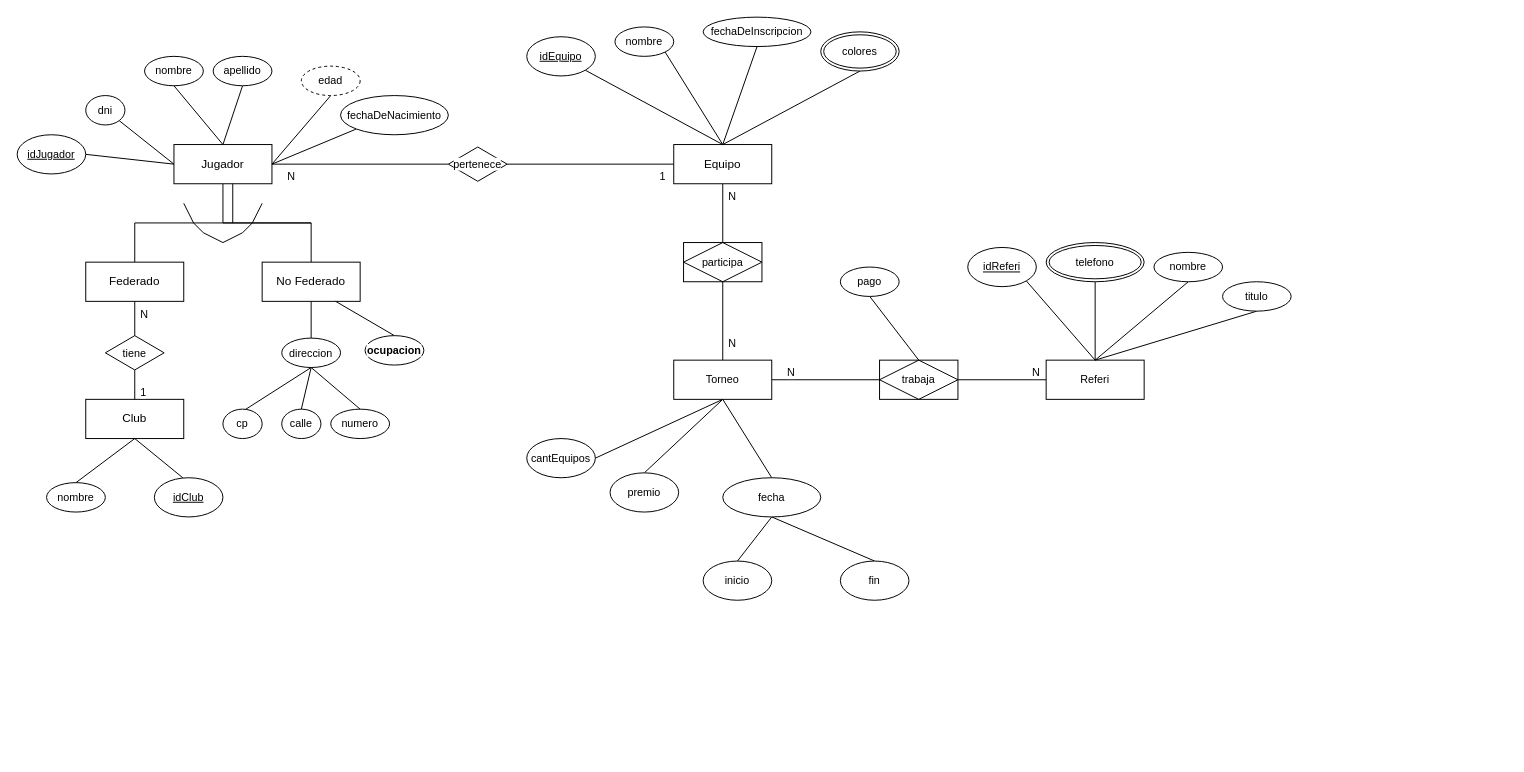
Before: BaseDeDatos/modeloparcial1.drawio in Donnie-MS/DiagramasUML-BaseDeDatos-Objetos2, a draw.io diagram. Source tidied: cells renumbered, new cells numbered last; positions are measured from the earlier drawing's top-left corner, leaving out a move shared by most shapes. Both pictures are drawn from the tidied source at 98%, with x=0, y=0 at pixel (17, 17).
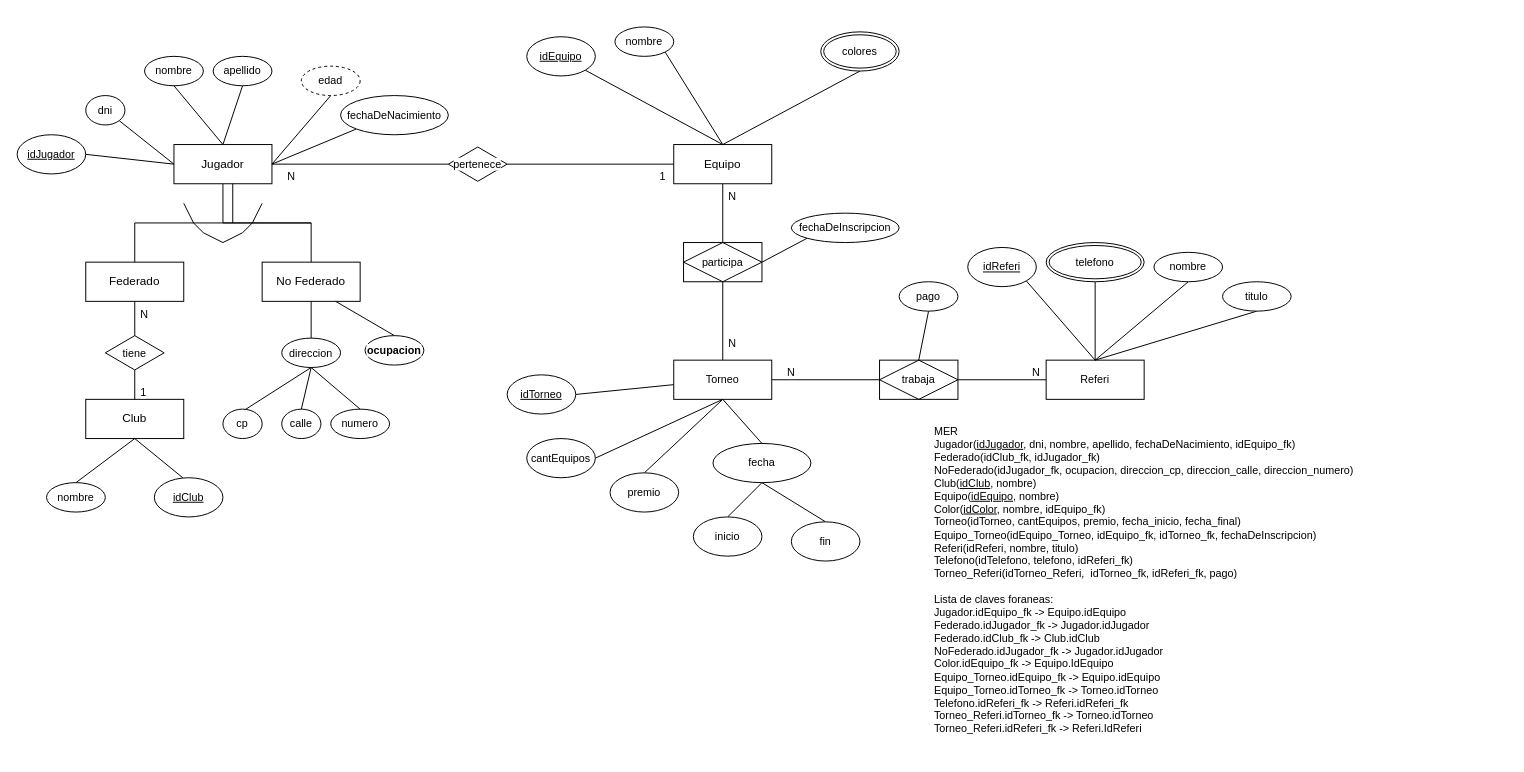
After the change.

The change refers to these unchanged cells:
```xml
<mxCell id="4" value="Jugador" style="whiteSpace=wrap;html=1;align=center;" parent="1" vertex="1">
  <mxGeometry x="160" y="130" width="100" height="40" as="geometry" />
</mxCell>
<mxCell id="15" value="apellido" style="ellipse;whiteSpace=wrap;html=1;align=center;fontFamily=Helvetica;fontSize=11;fontColor=default;labelBackgroundColor=default;" parent="1" vertex="1">
  <mxGeometry x="200" y="40" width="60" height="30" as="geometry" />
</mxCell>
<mxCell id="57" value="Torneo" style="whiteSpace=wrap;html=1;align=center;fontFamily=Helvetica;fontSize=11;fontColor=default;labelBackgroundColor=default;" parent="1" vertex="1">
  <mxGeometry x="670" y="350" width="100" height="40" as="geometry" />
</mxCell>
<mxCell id="60" value="participa" style="shape=associativeEntity;whiteSpace=wrap;html=1;align=center;fontFamily=Helvetica;fontSize=11;fontColor=default;labelBackgroundColor=default;" parent="1" vertex="1">
  <mxGeometry x="680" y="230" width="80" height="40" as="geometry" />
</mxCell>
```

What changed in the source:
```diff
@@
-    <mxCell id="14" style="edgeStyle=none;shape=connector;rounded=0;jettySize=auto;html=1;exitX=0.5;exitY=1;exitDx=0;exitDy=0;entryX=0.5;entryY=0;entryDx=0;entryDy=0;strokeColor=default;align=center;verticalAlign=middle;fontFamily=Helvetica;fontSize=11;fontColor=default;labelBackgroundColor=default;endArrow=none;" parent="1" edge="1" source="15" target="4">
-      <mxGeometry relative="1" as="geometry" />
-    </mxCell>
@@
-    <mxCell id="50" style="edgeStyle=none;shape=connector;rounded=0;jettySize=auto;html=1;exitX=0.5;exitY=1;exitDx=0;exitDy=0;strokeColor=default;align=center;verticalAlign=middle;fontFamily=Helvetica;fontSize=11;fontColor=default;labelBackgroundColor=default;endArrow=none;" parent="1" edge="1" source="51">
-      <mxGeometry relative="1" as="geometry">
-        <mxPoint x="720" y="130" as="targetPoint" />
-      </mxGeometry>
-    </mxCell>
+    <mxCell id="85" style="edgeStyle=none;shape=connector;rounded=0;jettySize=auto;html=1;exitX=0;exitY=1;exitDx=0;exitDy=0;entryX=1;entryY=0.5;entryDx=0;entryDy=0;strokeColor=default;align=center;verticalAlign=middle;fontFamily=Helvetica;fontSize=11;fontColor=default;labelBackgroundColor=default;endArrow=none;" parent="1" edge="1" source="51" target="60">
+      <mxGeometry relative="1" as="geometry" />
+    </mxCell>
     <mxCell id="51" value="fechaDeInscripcion" style="ellipse;whiteSpace=wrap;html=1;align=center;fontFamily=Helvetica;fontSize=11;fontColor=default;labelBackgroundColor=default;" parent="1" vertex="1">
-      <mxGeometry x="700" width="110" height="30" as="geometry" />
+      <mxGeometry x="790" y="200" width="110" height="30" as="geometry" />
     </mxCell>
@@
     <mxCell id="63" value="fecha" style="ellipse;whiteSpace=wrap;html=1;align=center;fontFamily=Helvetica;fontSize=11;fontColor=default;labelBackgroundColor=default;" parent="1" vertex="1">
-      <mxGeometry x="720" y="470" width="100" height="40" as="geometry" />
+      <mxGeometry x="710" y="435" width="100" height="40" as="geometry" />
     </mxCell>
@@
     <mxCell id="65" value="inicio" style="ellipse;whiteSpace=wrap;html=1;align=center;fontFamily=Helvetica;fontSize=11;fontColor=default;labelBackgroundColor=default;" parent="1" vertex="1">
-      <mxGeometry x="700" y="555" width="70" height="40" as="geometry" />
+      <mxGeometry x="690" y="510" width="70" height="40" as="geometry" />
     </mxCell>
     <mxCell id="66" value="fin" style="ellipse;whiteSpace=wrap;html=1;align=center;fontFamily=Helvetica;fontSize=11;fontColor=default;labelBackgroundColor=default;" parent="1" vertex="1">
-      <mxGeometry x="840" y="555" width="70" height="40" as="geometry" />
+      <mxGeometry x="790" y="515" width="70" height="40" as="geometry" />
     </mxCell>
@@
     <mxCell id="84" value="pago" style="ellipse;whiteSpace=wrap;html=1;align=center;fontFamily=Helvetica;fontSize=11;fontColor=default;labelBackgroundColor=default;" parent="1" vertex="1">
-      <mxGeometry x="840" y="255" width="60" height="30" as="geometry" />
+      <mxGeometry x="900" y="270" width="60" height="30" as="geometry" />
     </mxCell>
+    <mxCell id="14" style="edgeStyle=none;shape=connector;rounded=0;jettySize=auto;html=1;exitX=0.5;exitY=1;exitDx=0;exitDy=0;entryX=0.5;entryY=0;entryDx=0;entryDy=0;strokeColor=default;align=center;verticalAlign=middle;fontFamily=Helvetica;fontSize=11;fontColor=default;labelBackgroundColor=default;endArrow=none;" parent="1" edge="1" source="15" target="4">
+      <mxGeometry relative="1" as="geometry" />
+    </mxCell>
+    <mxCell id="86" value="MER&lt;div&gt;Jugador(&lt;u&gt;idJugador&lt;/u&gt;, dni, nombre, apellido, fechaDeNacimiento, idEquipo_fk)&lt;/div&gt;&lt;div&gt;Federado(idClub_fk, idJugador_fk)&lt;/div&gt;&lt;div&gt;NoFederado(idJugador_fk, ocupacion, direccion_cp, direccion_calle, direccion_numero)&lt;/div&gt;&lt;div&gt;Club(&lt;u&gt;idClub&lt;/u&gt;, nombre)&lt;/div&gt;&lt;div&gt;Equipo(&lt;u&gt;idEquipo&lt;/u&gt;, nombre)&lt;/div&gt;&lt;div&gt;Color(&lt;u&gt;idColor&lt;/u&gt;, nombre, idEquipo_fk)&lt;/div&gt;&lt;div&gt;Torneo(idTorneo, cantEquipos, premio, fecha_inicio, fecha_final)&lt;/div&gt;&lt;div&gt;Equipo_Torneo(idEquipo_Torneo, idEquipo_fk, idTorneo_fk, fechaDeInscripcion)&lt;/div&gt;&lt;div&gt;Referi(idReferi, nombre, titulo)&lt;/div&gt;&lt;div&gt;Telefono(idTelefono, telefono, idReferi_fk)&lt;/div&gt;&lt;div&gt;Torneo_Referi(idTorneo_Referi,&amp;nbsp; idTorneo_fk, idReferi_fk, pago)&lt;/div&gt;&lt;div&gt;&lt;br&gt;&lt;/div&gt;&lt;div&gt;Lista de claves foraneas:&lt;/div&gt;&lt;div&gt;Jugador.idEquipo_fk -&amp;gt; Equipo.idEquipo&lt;/div&gt;&lt;div&gt;Federado.idJugador_fk -&amp;gt; Jugador.idJugador&lt;/div&gt;&lt;div&gt;Federado.idClub_fk -&amp;gt; Club.idClub&lt;/div&gt;&lt;div&gt;NoFederado.idJugador_fk -&amp;gt; Jugador.idJugador&lt;/div&gt;&lt;div&gt;Color.idEquipo_fk -&amp;gt; Equipo.IdEquipo&lt;/div&gt;&lt;div&gt;Equipo_Torneo.idEquipo_fk -&amp;gt; Equipo.idEquipo&lt;/div&gt;&lt;div&gt;Equipo_Torneo.idTorneo_fk -&amp;gt; Torneo.idTorneo&lt;/div&gt;&lt;div&gt;Telefono.idReferi_fk -&amp;gt; Referi.idReferi_fk&lt;/div&gt;&lt;div&gt;Torneo_Referi.idTorneo_fk -&amp;gt; Torneo.idTorneo&lt;/div&gt;&lt;div&gt;Torneo_Referi.idReferi_fk -&amp;gt; Referi.IdReferi&lt;/div&gt;&lt;div&gt;&lt;br&gt;&lt;/div&gt;" style="text;strokeColor=none;fillColor=none;spacingLeft=4;spacingRight=4;overflow=hidden;fontSize=11;whiteSpace=wrap;html=1;fontFamily=Helvetica;fontColor=default;labelBackgroundColor=default;" parent="1" vertex="1">
+      <mxGeometry x="930" y="410" width="590" height="340" as="geometry" />
+    </mxCell>
+    <mxCell id="87" style="edgeStyle=none;shape=connector;rounded=0;jettySize=auto;html=1;exitX=1;exitY=0.5;exitDx=0;exitDy=0;strokeColor=default;align=center;verticalAlign=middle;fontFamily=Helvetica;fontSize=11;fontColor=default;labelBackgroundColor=default;endArrow=none;" parent="1" edge="1" source="88" target="57">
+      <mxGeometry relative="1" as="geometry" />
+    </mxCell>
+    <mxCell id="88" value="idTorneo" style="ellipse;whiteSpace=wrap;html=1;align=center;fontStyle=4;fontFamily=Helvetica;fontSize=11;fontColor=default;labelBackgroundColor=default;" parent="1" vertex="1">
+      <mxGeometry x="500" y="365" width="70" height="40" as="geometry" />
+    </mxCell>
```
